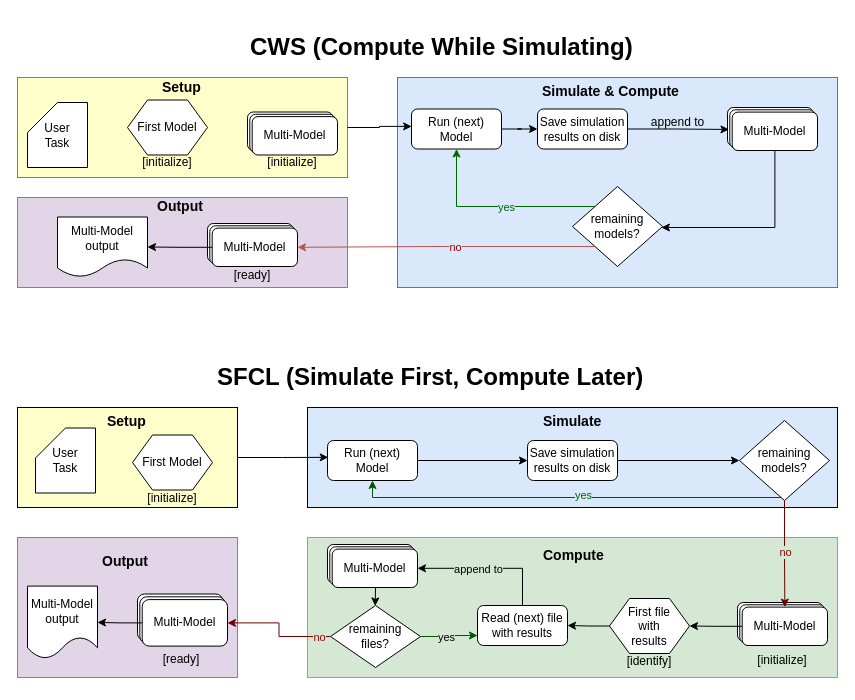
Before: papers/multi-meta-model-paper/drawio-figures/sfcl-cws.drawio in Radu-Nicolae/atlarge, a draw.io diagram. Source tidied: cells renumbered, new cells numbered last; positions are measured from the earlier drawing's top-left corner, leaving out a move shared by most shapes. Both pictures are drawn from the tidied source at 100%, with x=0, y=0 at pixel (17, 27).
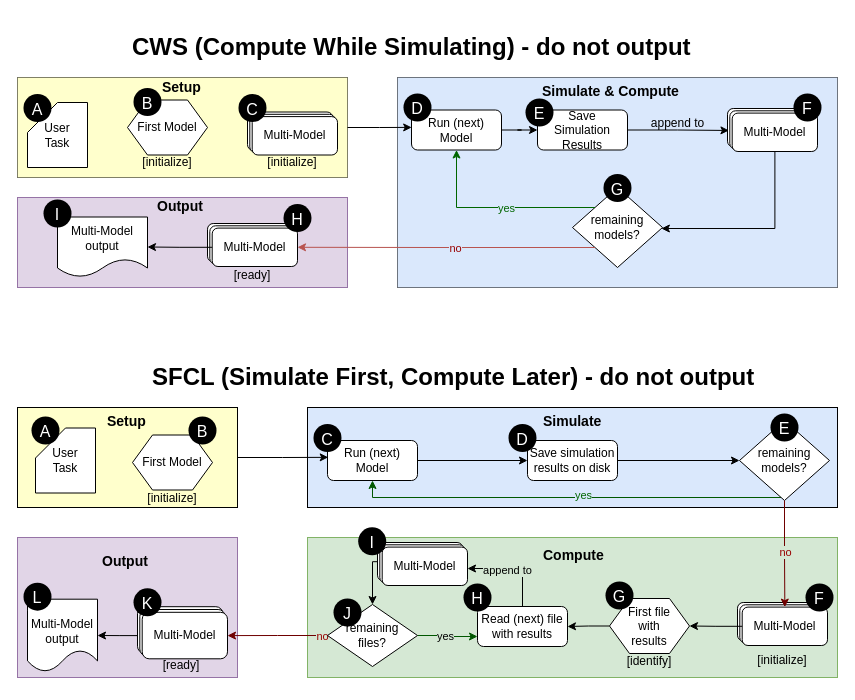
Above is the later version.

The change refers to these unchanged cells:
```xml
<mxCell id="2" style="swimlane;startSize=0;fillColor=#FFFFCC;gradientColor=none;" parent="1" vertex="1">
  <mxGeometry y="50" width="330" height="100" as="geometry" />
</mxCell>
<mxCell id="13" style="swimlane;startSize=0;strokeColor=default;fillColor=#CCE5FF;gradientColor=none;fillStyle=solid;" parent="1" vertex="1">
  <mxGeometry x="380" y="50" width="440" height="210" as="geometry" />
</mxCell>
<mxCell id="31" style="group;" parent="30" vertex="1">
  <mxGeometry y="-15.5" width="330" height="105.5" as="geometry" />
</mxCell>
<mxCell id="75" style="rounded=1;whiteSpace=wrap;html=1;" parent="74" vertex="1">
  <mxGeometry width="85.3" height="38.4" as="geometry" />
</mxCell>
<mxCell id="77" value="Multi-Model" style="rounded=1;whiteSpace=wrap;html=1;" parent="74" vertex="1">
  <mxGeometry x="4.7" y="4.6" width="85.3" height="38.4" as="geometry" />
</mxCell>
<mxCell id="78" style="group;" parent="1" vertex="1">
  <mxGeometry y="510" width="220" height="140" as="geometry" />
</mxCell>
```

Change to the diagram source:
```diff
@@
+    <mxCell id="97" value="A" style="shape=waypoint;sketch=0;fillStyle=solid;size=6;fillColor=none;perimeter=centerPerimeter;strokeWidth=12;fontColor=#FFFFFF;fontSize=16;" parent="2" vertex="1">
+      <mxGeometry x="10" y="20.5" width="20" height="20" as="geometry" />
+    </mxCell>
+    <mxCell id="98" value="B" style="shape=waypoint;sketch=0;fillStyle=solid;size=6;fillColor=none;perimeter=centerPerimeter;strokeWidth=12;fontColor=#FFFFFF;fontSize=16;" parent="2" vertex="1">
+      <mxGeometry x="120" y="14.5" width="20" height="20" as="geometry" />
+    </mxCell>
+    <mxCell id="99" value="C" style="shape=waypoint;sketch=0;fillStyle=solid;size=6;fillColor=none;perimeter=centerPerimeter;strokeWidth=12;fontColor=#FFFFFF;fontSize=16;" parent="2" vertex="1">
+      <mxGeometry x="225" y="20.5" width="20" height="20" as="geometry" />
+    </mxCell>
@@
     <mxCell id="16" style="group;" parent="13" vertex="1">
-      <mxGeometry x="14" y="30" width="406" height="159" as="geometry" />
+      <mxGeometry x="14" y="31" width="406" height="159" as="geometry" />
     </mxCell>
@@
-    <mxCell id="22" value="Save simulation results on disk" style="rounded=1;whiteSpace=wrap;html=1;" parent="16" vertex="1">
+    <mxCell id="22" value="Save &lt;br&gt;Simulation Results" style="rounded=1;whiteSpace=wrap;html=1;" parent="16" vertex="1">
       <mxGeometry x="126" y="1.5" width="90" height="40" as="geometry" />
     </mxCell>
@@
+    <mxCell id="100" value="E" style="shape=waypoint;sketch=0;fillStyle=solid;size=6;fillColor=none;perimeter=centerPerimeter;strokeWidth=12;fontColor=#FFFFFF;fontSize=16;" parent="16" vertex="1">
+      <mxGeometry x="118" y="-6" width="20" height="20" as="geometry" />
+    </mxCell>
+    <mxCell id="101" value="G" style="shape=waypoint;sketch=0;fillStyle=solid;size=6;fillColor=none;perimeter=centerPerimeter;strokeWidth=12;fontColor=#FFFFFF;fontSize=16;" parent="16" vertex="1">
+      <mxGeometry x="196" y="69.5" width="20" height="20" as="geometry" />
+    </mxCell>
+    <mxCell id="102" value="D" style="shape=waypoint;sketch=0;fillStyle=solid;size=6;fillColor=none;perimeter=centerPerimeter;strokeWidth=12;fontColor=#FFFFFF;fontSize=16;" parent="13" vertex="1">
+      <mxGeometry x="10" y="20" width="20" height="20" as="geometry" />
+    </mxCell>
+    <mxCell id="103" value="F" style="shape=waypoint;sketch=0;fillStyle=solid;size=6;fillColor=none;perimeter=centerPerimeter;strokeWidth=12;fontColor=#FFFFFF;fontSize=16;" parent="13" vertex="1">
+      <mxGeometry x="400" y="20" width="20" height="20" as="geometry" />
+    </mxCell>
@@
     <mxCell id="33" style="group;" parent="31" vertex="1">
-      <mxGeometry x="190" y="41.5" width="90" height="43" as="geometry" />
+      <mxGeometry x="190" y="41.5" width="100" height="43" as="geometry" />
     </mxCell>
@@
+    <mxCell id="104" value="H" style="shape=waypoint;sketch=0;fillStyle=solid;size=6;fillColor=none;perimeter=centerPerimeter;strokeWidth=12;fontColor=#FFFFFF;fontSize=16;" parent="33" vertex="1">
+      <mxGeometry x="80" y="-15.4" width="20" height="20" as="geometry" />
+    </mxCell>
@@
+    <mxCell id="105" value="I" style="shape=waypoint;sketch=0;fillStyle=solid;size=6;fillColor=none;perimeter=centerPerimeter;strokeWidth=12;fontColor=#FFFFFF;fontSize=16;" parent="31" vertex="1">
+      <mxGeometry x="30" y="21.5" width="20" height="20" as="geometry" />
+    </mxCell>
@@
-    <mxCell id="45" value="&lt;h1&gt;&lt;font style=&quot;font-size: 24px;&quot;&gt;CWS (Compute While Simulating)&lt;/font&gt;&lt;/h1&gt;" style="text;html=1;strokeColor=none;fillColor=none;spacing=5;spacingTop=-20;whiteSpace=wrap;overflow=hidden;rounded=0;" parent="1" vertex="1">
-      <mxGeometry x="228" width="395" height="50" as="geometry" />
+    <mxCell id="45" value="&lt;h1&gt;&lt;font style=&quot;font-size: 24px;&quot;&gt;CWS (Compute While Simulating) - do not output&lt;/font&gt;&lt;/h1&gt;" style="text;html=1;strokeColor=none;fillColor=none;spacing=5;spacingTop=-20;whiteSpace=wrap;overflow=hidden;rounded=0;" parent="1" vertex="1">
+      <mxGeometry x="110" width="640" height="50" as="geometry" />
     </mxCell>
-    <mxCell id="46" value="&lt;h1&gt;&lt;font style=&quot;font-size: 24px;&quot;&gt;SFCL (Simulate First, Compute Later)&lt;/font&gt;&lt;/h1&gt;" style="text;html=1;strokeColor=none;fillColor=none;spacing=5;spacingTop=-20;whiteSpace=wrap;overflow=hidden;rounded=0;" parent="1" vertex="1">
-      <mxGeometry x="195" y="330" width="460" height="40" as="geometry" />
+    <mxCell id="46" value="&lt;h1&gt;&lt;font style=&quot;font-size: 24px;&quot;&gt;SFCL (Simulate First, Compute Later) - do not output&lt;/font&gt;&lt;/h1&gt;" style="text;html=1;strokeColor=none;fillColor=none;spacing=5;spacingTop=-20;whiteSpace=wrap;overflow=hidden;rounded=0;" parent="1" vertex="1">
+      <mxGeometry x="130" y="330" width="640" height="40" as="geometry" />
     </mxCell>
@@
-    <mxCell id="63" style="edgeStyle=orthogonalEdgeStyle;rounded=0;jettySize=auto;html=1;entryX=1;entryY=0.5;entryDx=0;entryDy=0;" parent="1" edge="1" source="65" target="77">
+    <mxCell id="63" style="edgeStyle=orthogonalEdgeStyle;rounded=0;jettySize=auto;html=1;" parent="1" edge="1" source="65" target="77">
       <mxGeometry relative="1" as="geometry">
         <Array as="points">
           <mxPoint x="505" y="541" />
         </Array>
       </mxGeometry>
     </mxCell>
@@
     <mxCell id="65" value="Read (next) file&lt;br&gt;with results" style="rounded=1;whiteSpace=wrap;html=1;" parent="1" vertex="1">
-      <mxGeometry x="460" y="578" width="90" height="40" as="geometry" />
+      <mxGeometry x="460" y="579" width="90" height="40" as="geometry" />
     </mxCell>
@@
     <mxCell id="74" style="group;" parent="1" vertex="1">
-      <mxGeometry x="310" y="517" width="90" height="43" as="geometry" />
+      <mxGeometry x="360" y="515" width="90" height="43" as="geometry" />
     </mxCell>
@@
-    <mxCell id="80" style="group;" parent="78" vertex="1">
-      <mxGeometry x="120" y="56.5" width="90" height="52" as="geometry" />
-    </mxCell>
-    <mxCell id="81" style="rounded=1;whiteSpace=wrap;html=1;" parent="80" vertex="1">
-      <mxGeometry width="85.3" height="46.5" as="geometry" />
-    </mxCell>
-    <mxCell id="82" style="rounded=1;whiteSpace=wrap;html=1;" parent="80" vertex="1">
-      <mxGeometry x="2.3" y="2.8" width="85.3" height="46.5" as="geometry" />
-    </mxCell>
-    <mxCell id="83" value="Multi-Model" style="rounded=1;whiteSpace=wrap;html=1;" parent="80" vertex="1">
-      <mxGeometry x="4.7" y="5.6" width="85.3" height="46.5" as="geometry" />
-    </mxCell>
     <mxCell id="84" value="[ready]" style="text;html=1;align=center;verticalAlign=middle;whiteSpace=wrap;rounded=0;" parent="78" vertex="1">
-      <mxGeometry x="134" y="103.7" width="60" height="36.3" as="geometry" />
+      <mxGeometry x="134" y="109.7" width="60" height="36.3" as="geometry" />
     </mxCell>
-    <mxCell id="85" value="Multi-Model output" style="shape=document;whiteSpace=wrap;html=1;boundedLbl=1;" parent="78" vertex="1">
-      <mxGeometry x="10" y="48.6" width="70" height="72.6" as="geometry" />
+    <mxCell id="85" value="&lt;br&gt;Multi-Model output" style="shape=document;whiteSpace=wrap;html=1;boundedLbl=1;" parent="78" vertex="1">
+      <mxGeometry x="10" y="61.7" width="70" height="72.6" as="geometry" />
     </mxCell>
@@
+    <mxCell id="106" style="group;" parent="78" vertex="1">
+      <mxGeometry x="120" y="69.2" width="90" height="52" as="geometry" />
+    </mxCell>
+    <mxCell id="81" style="rounded=1;whiteSpace=wrap;html=1;" parent="106" vertex="1">
+      <mxGeometry width="85.3" height="46.5" as="geometry" />
+    </mxCell>
+    <mxCell id="82" style="rounded=1;whiteSpace=wrap;html=1;" parent="106" vertex="1">
+      <mxGeometry x="2.3" y="2.8" width="85.3" height="46.5" as="geometry" />
+    </mxCell>
+    <mxCell id="83" value="Multi-Model" style="rounded=1;whiteSpace=wrap;html=1;" parent="106" vertex="1">
+      <mxGeometry x="4.7" y="5.6" width="85.3" height="46.5" as="geometry" />
+    </mxCell>
+    <mxCell id="107" value="K" style="shape=waypoint;sketch=0;fillStyle=solid;size=6;fillColor=none;perimeter=centerPerimeter;strokeWidth=12;fontColor=#FFFFFF;fontSize=16;" parent="106" vertex="1">
+      <mxGeometry y="-14.4" width="20" height="20" as="geometry" />
+    </mxCell>
+    <mxCell id="108" value="L" style="shape=waypoint;sketch=0;fillStyle=solid;size=6;fillColor=none;perimeter=centerPerimeter;strokeWidth=12;fontColor=#FFFFFF;fontSize=16;" parent="78" vertex="1">
+      <mxGeometry x="10" y="49.2" width="20" height="20" as="geometry" />
+    </mxCell>
@@
     <mxCell id="92" value="remaining &lt;br&gt;files?" style="rhombus;whiteSpace=wrap;html=1;" parent="1" vertex="1">
-      <mxGeometry x="313" y="578" width="90" height="62" as="geometry" />
+      <mxGeometry x="310" y="577" width="90" height="62" as="geometry" />
     </mxCell>
-    <mxCell id="93" style="edgeStyle=orthogonalEdgeStyle;rounded=0;orthogonalLoop=1;jettySize=auto;html=1;entryX=0.508;entryY=-0.034;entryDx=0;entryDy=0;entryPerimeter=0;" parent="1" edge="1">
-      <mxGeometry relative="1" as="geometry">
-        <mxPoint x="358" y="560" as="sourcePoint" />
-        <mxPoint x="357.7" y="578.4" as="targetPoint" />
-      </mxGeometry>
-    </mxCell>
@@
+    <mxCell id="109" value="A" style="shape=waypoint;sketch=0;fillStyle=solid;size=6;fillColor=none;perimeter=centerPerimeter;strokeWidth=12;fontColor=#FFFFFF;fontSize=16;" parent="1" vertex="1">
+      <mxGeometry x="18" y="393" width="20" height="20" as="geometry" />
+    </mxCell>
+    <mxCell id="110" value="B" style="shape=waypoint;sketch=0;fillStyle=solid;size=6;fillColor=none;perimeter=centerPerimeter;strokeWidth=12;fontColor=#FFFFFF;fontSize=16;" parent="1" vertex="1">
+      <mxGeometry x="175" y="393" width="20" height="20" as="geometry" />
+    </mxCell>
+    <mxCell id="111" value="C" style="shape=waypoint;sketch=0;fillStyle=solid;size=6;fillColor=none;perimeter=centerPerimeter;strokeWidth=12;fontColor=#FFFFFF;fontSize=16;" parent="1" vertex="1">
+      <mxGeometry x="300" y="400.5" width="20" height="20" as="geometry" />
+    </mxCell>
+    <mxCell id="112" value="D" style="shape=waypoint;sketch=0;fillStyle=solid;size=6;fillColor=none;perimeter=centerPerimeter;strokeWidth=12;fontColor=#FFFFFF;fontSize=16;" parent="1" vertex="1">
+      <mxGeometry x="495" y="400.5" width="20" height="20" as="geometry" />
+    </mxCell>
+    <mxCell id="113" value="E" style="shape=waypoint;sketch=0;fillStyle=solid;size=6;fillColor=none;perimeter=centerPerimeter;strokeWidth=12;fontColor=#FFFFFF;fontSize=16;" parent="1" vertex="1">
+      <mxGeometry x="757" y="390" width="20" height="20" as="geometry" />
+    </mxCell>
+    <mxCell id="114" value="F" style="shape=waypoint;sketch=0;fillStyle=solid;size=6;fillColor=none;perimeter=centerPerimeter;strokeWidth=12;fontColor=#FFFFFF;fontSize=16;" parent="1" vertex="1">
+      <mxGeometry x="792" y="560" width="20" height="20" as="geometry" />
+    </mxCell>
+    <mxCell id="115" value="G" style="shape=waypoint;sketch=0;fillStyle=solid;size=6;fillColor=none;perimeter=centerPerimeter;strokeWidth=12;fontColor=#FFFFFF;fontSize=16;" parent="1" vertex="1">
+      <mxGeometry x="592" y="558" width="20" height="20" as="geometry" />
+    </mxCell>
+    <mxCell id="116" value="H" style="shape=waypoint;sketch=0;fillStyle=solid;size=6;fillColor=none;perimeter=centerPerimeter;strokeWidth=12;fontColor=#FFFFFF;fontSize=16;" parent="1" vertex="1">
+      <mxGeometry x="450" y="560" width="20" height="20" as="geometry" />
+    </mxCell>
+    <mxCell id="117" value="J" style="shape=waypoint;sketch=0;fillStyle=solid;size=6;fillColor=none;perimeter=centerPerimeter;strokeWidth=12;fontColor=#FFFFFF;fontSize=16;" parent="1" vertex="1">
+      <mxGeometry x="320" y="575" width="20" height="20" as="geometry" />
+    </mxCell>
+    <mxCell id="118" value="I" style="shape=waypoint;sketch=0;fillStyle=solid;size=6;fillColor=none;perimeter=centerPerimeter;strokeWidth=12;fontColor=#FFFFFF;fontSize=16;" parent="1" vertex="1">
+      <mxGeometry x="344.7" y="503.8" width="20" height="20" as="geometry" />
+    </mxCell>
+    <mxCell id="119" style="edgeStyle=orthogonalEdgeStyle;rounded=0;jettySize=auto;html=1;exitX=0;exitY=0.5;exitDx=0;exitDy=0;entryX=0.5;entryY=0;entryDx=0;entryDy=0;" parent="1" edge="1" source="75" target="92">
+      <mxGeometry relative="1" as="geometry">
+        <Array as="points">
+          <mxPoint x="355" y="534" />
+        </Array>
+      </mxGeometry>
+    </mxCell>
```
